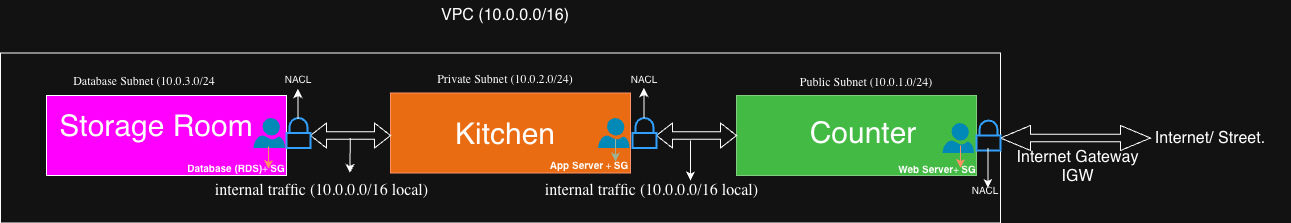
Before: evidence/W1-D6-VPC-city-diagram.drawio.png, a diagram exported from draw.io (adebola-shopeju/aws-cloud-architect-pathway). Source tidied: cells renumbered, new cells last; positions are measured from the earlier drawing's top-left corner, leaving out a move shared by most shapes. Source of this version:
```xml
<mxGraphModel>
  <root>
    <mxCell id="0" />
    <mxCell id="1" parent="0" />
    <mxCell id="2" style="rounded=0;whiteSpace=wrap;html=1;" parent="1" vertex="1">
      <mxGeometry y="52.5" width="1000" height="170" as="geometry" />
    </mxCell>
    <mxCell id="3" value="VPC (10.0.0.0/16)" style="text;html=1;whiteSpace=wrap;strokeColor=none;fillColor=none;align=center;verticalAlign=middle;rounded=0;fontSize=16;" parent="1" vertex="1">
      <mxGeometry x="415" width="180" height="30" as="geometry" />
    </mxCell>
    <mxCell id="4" style="rounded=0;whiteSpace=wrap;html=1;fillColor=light-dark(#000000,#FF00FF);" parent="1" vertex="1">
      <mxGeometry x="46" y="95" width="240" height="80" as="geometry" />
    </mxCell>
    <mxCell id="5" style="rounded=0;whiteSpace=wrap;html=1;fillColor=#fa6800;fontColor=#000000;strokeColor=#C73500;" parent="1" vertex="1">
      <mxGeometry x="390" y="92.5" width="240" height="80" as="geometry" />
    </mxCell>
    <mxCell id="6" style="rounded=0;whiteSpace=wrap;html=1;fillColor=#008a00;fontColor=#ffffff;strokeColor=#005700;" parent="1" vertex="1">
      <mxGeometry x="736" y="95" width="240" height="80" as="geometry" />
    </mxCell>
    <mxCell id="7" value="&lt;font style=&quot;font-size: 30px;&quot;&gt;Counter&lt;/font&gt;" style="text;html=1;whiteSpace=wrap;strokeColor=none;fillColor=none;align=center;verticalAlign=middle;rounded=0;fontSize=16;" parent="1" vertex="1">
      <mxGeometry x="779" y="112" width="168" height="40" as="geometry" />
    </mxCell>
    <mxCell id="8" value="&lt;span style=&quot;caret-color: rgb(255, 255, 255); font-family: -webkit-standard; text-align: start;&quot;&gt;&lt;font style=&quot;font-size: 12px;&quot;&gt;Public Subnet (10.0.1.0/24)&lt;/font&gt;&lt;/span&gt;" style="text;html=1;whiteSpace=wrap;strokeColor=none;fillColor=none;align=center;verticalAlign=middle;rounded=0;fontSize=16;" parent="1" vertex="1">
      <mxGeometry x="756" y="56" width="220" height="50" as="geometry" />
    </mxCell>
    <mxCell id="9" value="&lt;span style=&quot;caret-color: rgb(255, 255, 255); font-family: -webkit-standard; text-align: start;&quot;&gt;&lt;font style=&quot;font-size: 12px;&quot;&gt;Private Subnet (10.0.2.0/24)&lt;/font&gt;&lt;/span&gt;" style="text;html=1;whiteSpace=wrap;strokeColor=none;fillColor=none;align=center;verticalAlign=middle;rounded=0;fontSize=16;" parent="1" vertex="1">
      <mxGeometry x="395" y="62.5" width="220" height="30" as="geometry" />
    </mxCell>
    <mxCell id="10" value="&lt;font style=&quot;font-size: 30px;&quot;&gt;Kitchen&lt;/font&gt;" style="text;html=1;whiteSpace=wrap;strokeColor=none;fillColor=none;align=center;verticalAlign=middle;rounded=0;fontSize=16;" parent="1" vertex="1">
      <mxGeometry x="475" y="117.5" width="60" height="30" as="geometry" />
    </mxCell>
    <mxCell id="11" value="&lt;span style=&quot;caret-color: rgb(255, 255, 255); font-family: -webkit-standard; text-align: start;&quot;&gt;&lt;font style=&quot;font-size: 12px;&quot;&gt;Database Subnet (10.0.3.0/24&lt;/font&gt;&lt;/span&gt;" style="text;html=1;whiteSpace=wrap;strokeColor=none;fillColor=none;align=center;verticalAlign=middle;rounded=0;fontSize=16;" parent="1" vertex="1">
      <mxGeometry x="34" y="65" width="220" height="30" as="geometry" />
    </mxCell>
    <mxCell id="12" value="&lt;font style=&quot;font-size: 30px;&quot;&gt;Storage Room&lt;/font&gt;" style="text;html=1;whiteSpace=wrap;strokeColor=none;fillColor=none;align=center;verticalAlign=middle;rounded=0;fontSize=16;" parent="1" vertex="1">
      <mxGeometry x="46" y="110" width="220" height="30" as="geometry" />
    </mxCell>
    <mxCell id="13" style="shape=doubleArrow;whiteSpace=wrap;html=1;" parent="1" vertex="1">
      <mxGeometry x="1000" y="125" width="150" height="25" as="geometry" />
    </mxCell>
    <mxCell id="14" value="&lt;div&gt;Internet Gateway&lt;br&gt;IGW&lt;div&gt;&lt;br&gt;&lt;/div&gt;&lt;/div&gt;" style="text;html=1;whiteSpace=wrap;strokeColor=none;fillColor=none;align=center;verticalAlign=middle;rounded=0;fontSize=16;" parent="1" vertex="1">
      <mxGeometry x="1005" y="161" width="145" height="30" as="geometry" />
    </mxCell>
    <mxCell id="15" value="&lt;div&gt;&lt;div&gt;Internet/ Street.&lt;/div&gt;&lt;/div&gt;" style="text;html=1;whiteSpace=wrap;strokeColor=none;fillColor=none;align=center;verticalAlign=middle;rounded=0;fontSize=16;" parent="1" vertex="1">
      <mxGeometry x="1130" y="122.5" width="160" height="30" as="geometry" />
    </mxCell>
    <mxCell id="16" style="shape=doubleArrow;whiteSpace=wrap;html=1;" parent="1" vertex="1">
      <mxGeometry x="656" y="122.5" width="80" height="25" as="geometry" />
    </mxCell>
    <mxCell id="17" style="shape=doubleArrow;whiteSpace=wrap;html=1;" parent="1" vertex="1">
      <mxGeometry x="310" y="122.5" width="80" height="25" as="geometry" />
    </mxCell>
    <mxCell id="18" style="endArrow=classic;html=1;rounded=0;fontSize=12;curved=1;" parent="1" edge="1">
      <mxGeometry relative="1" as="geometry">
        <mxPoint x="690" y="140" as="sourcePoint" />
        <mxPoint x="690" y="180" as="targetPoint" />
      </mxGeometry>
    </mxCell>
    <mxCell id="19" style="endArrow=classic;html=1;rounded=0;fontSize=12;curved=1;" parent="1" edge="1">
      <mxGeometry relative="1" as="geometry">
        <mxPoint x="349.8" y="137.5" as="sourcePoint" />
        <mxPoint x="349.4" y="172.5" as="targetPoint" />
      </mxGeometry>
    </mxCell>
    <mxCell id="20" value="&lt;span style=&quot;caret-color: rgb(255, 255, 255); font-family: -webkit-standard; font-size: medium; text-align: start;&quot;&gt;internal traffic (10.0.0.0/16 local)&lt;/span&gt;" style="text;html=1;whiteSpace=wrap;strokeColor=none;fillColor=none;align=center;verticalAlign=middle;rounded=0;fontSize=16;" parent="1" vertex="1">
      <mxGeometry x="200" y="175" width="243" height="30" as="geometry" />
    </mxCell>
    <mxCell id="21" value="&lt;span style=&quot;caret-color: rgb(255, 255, 255); font-family: -webkit-standard; font-size: medium; text-align: start;&quot;&gt;internal traffic (10.0.0.0/16 local)&lt;/span&gt;" style="text;html=1;whiteSpace=wrap;strokeColor=none;fillColor=none;align=center;verticalAlign=middle;rounded=0;fontSize=16;" parent="1" vertex="1">
      <mxGeometry x="530" y="175" width="243" height="30" as="geometry" />
    </mxCell>
    <mxCell id="22" style="html=1;verticalLabelPosition=bottom;align=center;labelBackgroundColor=#ffffff;verticalAlign=top;strokeWidth=2;strokeColor=#0080F0;shadow=0;dashed=0;shape=mxgraph.ios7.icons.locked;" parent="1" vertex="1">
      <mxGeometry x="976" y="120" width="24" height="30" as="geometry" />
    </mxCell>
    <mxCell id="23" style="html=1;verticalLabelPosition=bottom;align=center;labelBackgroundColor=#ffffff;verticalAlign=top;strokeWidth=2;strokeColor=#0080F0;shadow=0;dashed=0;shape=mxgraph.ios7.icons.locked;" parent="1" vertex="1">
      <mxGeometry x="632" y="117.5" width="24" height="30" as="geometry" />
    </mxCell>
    <mxCell id="24" style="html=1;verticalLabelPosition=bottom;align=center;labelBackgroundColor=#ffffff;verticalAlign=top;strokeWidth=2;strokeColor=#0080F0;shadow=0;dashed=0;shape=mxgraph.ios7.icons.locked;" parent="1" vertex="1">
      <mxGeometry x="286" y="117.5" width="24" height="30" as="geometry" />
    </mxCell>
    <mxCell id="25" style="endArrow=classic;html=1;rounded=0;fontSize=12;curved=1;" parent="1" edge="1">
      <mxGeometry relative="1" as="geometry">
        <mxPoint x="987.4" y="147.5" as="sourcePoint" />
        <mxPoint x="987.4" y="187.5" as="targetPoint" />
      </mxGeometry>
    </mxCell>
    <mxCell id="26" style="endArrow=classic;html=1;rounded=0;fontSize=12;curved=1;" parent="1" edge="1">
      <mxGeometry relative="1" as="geometry">
        <mxPoint x="297.4" y="118.5" as="sourcePoint" />
        <mxPoint x="297.4" y="88.5" as="targetPoint" />
      </mxGeometry>
    </mxCell>
    <mxCell id="27" style="endArrow=classic;html=1;rounded=0;fontSize=12;curved=1;" parent="1" edge="1">
      <mxGeometry relative="1" as="geometry">
        <mxPoint x="643.4" y="117.5" as="sourcePoint" />
        <mxPoint x="643.4" y="87.5" as="targetPoint" />
      </mxGeometry>
    </mxCell>
    <mxCell id="28" value="&lt;font style=&quot;font-size: 10px;&quot;&gt;NACL&lt;/font&gt;" style="text;html=1;whiteSpace=wrap;strokeColor=none;fillColor=none;align=center;verticalAlign=middle;rounded=0;fontSize=16;" parent="1" vertex="1">
      <mxGeometry x="955" y="174" width="60" height="30" as="geometry" />
    </mxCell>
    <mxCell id="29" value="&lt;font style=&quot;font-size: 10px;&quot;&gt;NACL&lt;/font&gt;" style="text;html=1;whiteSpace=wrap;strokeColor=none;fillColor=none;align=center;verticalAlign=middle;rounded=0;fontSize=16;" parent="1" vertex="1">
      <mxGeometry x="614" y="62.5" width="60" height="30" as="geometry" />
    </mxCell>
    <mxCell id="30" value="NACL" style="text;html=1;whiteSpace=wrap;strokeColor=none;fillColor=none;align=center;verticalAlign=middle;rounded=0;fontSize=10;" parent="1" vertex="1">
      <mxGeometry x="268" y="62.5" width="60" height="30" as="geometry" />
    </mxCell>
    <mxCell id="31" style="verticalLabelPosition=bottom;html=1;verticalAlign=top;align=center;strokeColor=none;fillColor=#00BEF2;shape=mxgraph.azure.user;" parent="1" vertex="1">
      <mxGeometry x="597.5" y="117.5" width="31.5" height="30" as="geometry" />
    </mxCell>
    <mxCell id="32" style="verticalLabelPosition=bottom;html=1;verticalAlign=top;align=center;strokeColor=none;fillColor=#00BEF2;shape=mxgraph.azure.user;" parent="1" vertex="1">
      <mxGeometry x="942" y="122.5" width="31.5" height="30" as="geometry" />
    </mxCell>
    <mxCell id="33" style="verticalLabelPosition=bottom;html=1;verticalAlign=top;align=center;strokeColor=none;fillColor=#00BEF2;shape=mxgraph.azure.user;" parent="1" vertex="1">
      <mxGeometry x="253" y="117.5" width="31.5" height="30" as="geometry" />
    </mxCell>
    <mxCell id="34" value="&lt;font style=&quot;font-size: 10px;&quot;&gt;&lt;strong style=&quot;caret-color: rgb(255, 255, 255); text-align: start; text-decoration-thickness: auto; text-decoration-style: solid;&quot;&gt;Web Server&lt;/strong&gt;&lt;span style=&quot;caret-color: rgb(255, 255, 255); font-family: -webkit-standard; text-align: start;&quot;&gt;+&lt;span class=&quot;Apple-converted-space&quot;&gt; &lt;/span&gt;&lt;/span&gt;&lt;strong style=&quot;caret-color: rgb(255, 255, 255); text-align: start; text-decoration-thickness: auto; text-decoration-style: solid;&quot;&gt;SG&lt;/strong&gt;&lt;/font&gt;" style="text;html=1;whiteSpace=wrap;strokeColor=none;fillColor=none;align=center;verticalAlign=middle;rounded=0;fontSize=16;" parent="1" vertex="1">
      <mxGeometry x="848" y="152.5" width="178" height="30" as="geometry" />
    </mxCell>
    <mxCell id="35" value="&lt;font style=&quot;font-size: 10px;&quot;&gt;&lt;strong style=&quot;caret-color: rgb(255, 255, 255); text-align: start; text-decoration-thickness: auto; text-decoration-style: solid;&quot;&gt;App Server&lt;/strong&gt;&lt;span style=&quot;caret-color: rgb(255, 255, 255); font-family: -webkit-standard; text-align: start;&quot;&gt;&lt;span class=&quot;Apple-converted-space&quot;&gt;&amp;nbsp;&lt;/span&gt;+&lt;span class=&quot;Apple-converted-space&quot;&gt; &lt;/span&gt;&lt;/span&gt;&lt;strong style=&quot;caret-color: rgb(255, 255, 255); text-align: start; text-decoration-thickness: auto; text-decoration-style: solid;&quot;&gt;SG&lt;/strong&gt;&lt;/font&gt;" style="text;html=1;whiteSpace=wrap;strokeColor=none;fillColor=none;align=center;verticalAlign=middle;rounded=0;fontSize=16;" parent="1" vertex="1">
      <mxGeometry x="500" y="148.5" width="178" height="30" as="geometry" />
    </mxCell>
    <mxCell id="36" value="&lt;font style=&quot;font-size: 10px;&quot;&gt;&lt;strong style=&quot;caret-color: rgb(255, 255, 255); text-align: start; text-decoration-thickness: auto; text-decoration-style: solid;&quot;&gt;Database (RDS)&lt;/strong&gt;&lt;span style=&quot;caret-color: rgb(255, 255, 255); font-family: -webkit-standard; text-align: start;&quot;&gt;+&lt;span class=&quot;Apple-converted-space&quot;&gt; &lt;/span&gt;&lt;/span&gt;&lt;strong style=&quot;caret-color: rgb(255, 255, 255); text-align: start; text-decoration-thickness: auto; text-decoration-style: solid;&quot;&gt;SG&lt;/strong&gt;&lt;/font&gt;" style="text;html=1;whiteSpace=wrap;strokeColor=none;fillColor=none;align=center;verticalAlign=middle;rounded=0;fontSize=16;" parent="1" vertex="1">
      <mxGeometry x="147" y="152" width="178" height="30" as="geometry" />
    </mxCell>
    <mxCell id="37" style="endArrow=classic;html=1;rounded=0;fontSize=12;curved=1;fillColor=#fa6800;strokeColor=#C73500;" parent="1" edge="1">
      <mxGeometry relative="1" as="geometry">
        <mxPoint x="268" y="146" as="sourcePoint" />
        <mxPoint x="268" y="168.5" as="targetPoint" />
      </mxGeometry>
    </mxCell>
    <mxCell id="38" style="endArrow=classic;html=1;rounded=0;fontSize=12;curved=1;fillColor=#6d8764;strokeColor=#3A5431;" parent="1" edge="1">
      <mxGeometry relative="1" as="geometry">
        <mxPoint x="615" y="138.5" as="sourcePoint" />
        <mxPoint x="615" y="161" as="targetPoint" />
      </mxGeometry>
    </mxCell>
    <mxCell id="39" style="endArrow=classic;html=1;rounded=0;fontSize=12;curved=1;fillColor=#fa6800;strokeColor=#C73500;" parent="1" edge="1">
      <mxGeometry relative="1" as="geometry">
        <mxPoint x="960" y="145" as="sourcePoint" />
        <mxPoint x="960" y="167.5" as="targetPoint" />
      </mxGeometry>
    </mxCell>
  </root>
</mxGraphModel>
```
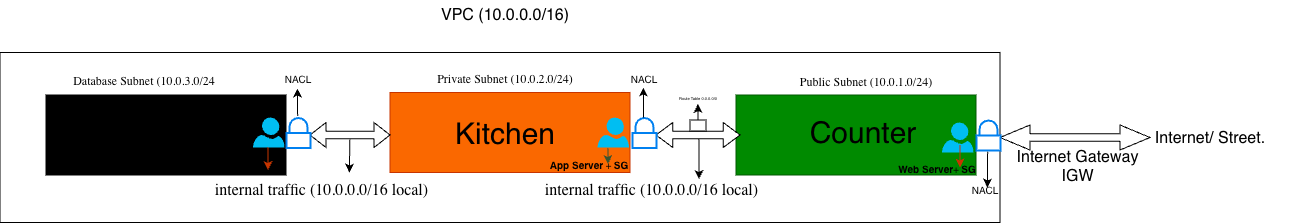
Later version of the same file.

Commit message:
W2-D5: add VPC architecture diagram from memory

What changed in the source:
```diff
@@ -2,7 +2,7 @@
   <root>
     <mxCell id="0" />
     <mxCell id="1" parent="0" />
-    <mxCell id="2" style="rounded=0;whiteSpace=wrap;html=1;" parent="1" vertex="1">
+    <mxCell id="2" value="t" style="rounded=0;whiteSpace=wrap;html=1;" parent="1" vertex="1">
       <mxGeometry y="52.5" width="1000" height="170" as="geometry" />
     </mxCell>
     <mxCell id="3" value="VPC (10.0.0.0/16)" style="text;html=1;whiteSpace=wrap;strokeColor=none;fillColor=none;align=center;verticalAlign=middle;rounded=0;fontSize=16;" parent="1" vertex="1">
@@ -45,20 +45,19 @@
       <mxGeometry x="1130" y="122.5" width="160" height="30" as="geometry" />
     </mxCell>
     <mxCell id="16" style="shape=doubleArrow;whiteSpace=wrap;html=1;" parent="1" vertex="1">
-      <mxGeometry x="656" y="122.5" width="80" height="25" as="geometry" />
+      <mxGeometry x="656" y="122.5" width="84" height="25" as="geometry" />
     </mxCell>
     <mxCell id="17" style="shape=doubleArrow;whiteSpace=wrap;html=1;" parent="1" vertex="1">
       <mxGeometry x="310" y="122.5" width="80" height="25" as="geometry" />
     </mxCell>
     <mxCell id="18" style="endArrow=classic;html=1;rounded=0;fontSize=12;curved=1;" parent="1" edge="1">
       <mxGeometry relative="1" as="geometry">
-        <mxPoint x="690" y="140" as="sourcePoint" />
-        <mxPoint x="690" y="180" as="targetPoint" />
+        <mxPoint x="699" y="139" as="sourcePoint" />
+        <mxPoint x="699" y="179" as="targetPoint" />
       </mxGeometry>
     </mxCell>
-    <mxCell id="19" style="endArrow=classic;html=1;rounded=0;fontSize=12;curved=1;" parent="1" edge="1">
+    <mxCell id="19" style="endArrow=classic;html=1;rounded=0;fontSize=12;curved=1;exitX=0.498;exitY=0.679;exitDx=0;exitDy=0;exitPerimeter=0;" parent="1" edge="1" source="17">
       <mxGeometry relative="1" as="geometry">
-        <mxPoint x="349.8" y="137.5" as="sourcePoint" />
         <mxPoint x="349.4" y="172.5" as="targetPoint" />
       </mxGeometry>
     </mxCell>
@@ -77,15 +76,14 @@
     <mxCell id="24" style="html=1;verticalLabelPosition=bottom;align=center;labelBackgroundColor=#ffffff;verticalAlign=top;strokeWidth=2;strokeColor=#0080F0;shadow=0;dashed=0;shape=mxgraph.ios7.icons.locked;" parent="1" vertex="1">
       <mxGeometry x="286" y="117.5" width="24" height="30" as="geometry" />
     </mxCell>
-    <mxCell id="25" style="endArrow=classic;html=1;rounded=0;fontSize=12;curved=1;" parent="1" edge="1">
+    <mxCell id="25" style="endArrow=classic;html=1;rounded=0;fontSize=12;curved=1;exitX=0.485;exitY=1.058;exitDx=0;exitDy=0;exitPerimeter=0;" parent="1" edge="1">
       <mxGeometry relative="1" as="geometry">
-        <mxPoint x="987.4" y="147.5" as="sourcePoint" />
+        <mxPoint x="987.6" y="151.7" as="sourcePoint" />
         <mxPoint x="987.4" y="187.5" as="targetPoint" />
       </mxGeometry>
     </mxCell>
-    <mxCell id="26" style="endArrow=classic;html=1;rounded=0;fontSize=12;curved=1;" parent="1" edge="1">
+    <mxCell id="26" style="endArrow=classic;html=1;rounded=0;fontSize=12;curved=1;exitX=0.485;exitY=-0.053;exitDx=0;exitDy=0;exitPerimeter=0;" parent="1" edge="1" source="24">
       <mxGeometry relative="1" as="geometry">
-        <mxPoint x="297.4" y="118.5" as="sourcePoint" />
         <mxPoint x="297.4" y="88.5" as="targetPoint" />
       </mxGeometry>
     </mxCell>
@@ -122,16 +120,14 @@
     <mxCell id="36" value="&lt;font style=&quot;font-size: 10px;&quot;&gt;&lt;strong style=&quot;caret-color: rgb(255, 255, 255); text-align: start; text-decoration-thickness: auto; text-decoration-style: solid;&quot;&gt;Database (RDS)&lt;/strong&gt;&lt;span style=&quot;caret-color: rgb(255, 255, 255); font-family: -webkit-standard; text-align: start;&quot;&gt;+&lt;span class=&quot;Apple-converted-space&quot;&gt; &lt;/span&gt;&lt;/span&gt;&lt;strong style=&quot;caret-color: rgb(255, 255, 255); text-align: start; text-decoration-thickness: auto; text-decoration-style: solid;&quot;&gt;SG&lt;/strong&gt;&lt;/font&gt;" style="text;html=1;whiteSpace=wrap;strokeColor=none;fillColor=none;align=center;verticalAlign=middle;rounded=0;fontSize=16;" parent="1" vertex="1">
       <mxGeometry x="147" y="152" width="178" height="30" as="geometry" />
     </mxCell>
-    <mxCell id="37" style="endArrow=classic;html=1;rounded=0;fontSize=12;curved=1;fillColor=#fa6800;strokeColor=#C73500;" parent="1" edge="1">
+    <mxCell id="37" style="endArrow=classic;html=1;rounded=0;fontSize=12;curved=1;fillColor=#fa6800;strokeColor=#C73500;exitX=0.473;exitY=0.992;exitDx=0;exitDy=0;exitPerimeter=0;" parent="1" edge="1" source="33">
       <mxGeometry relative="1" as="geometry">
-        <mxPoint x="268" y="146" as="sourcePoint" />
-        <mxPoint x="268" y="168.5" as="targetPoint" />
+        <mxPoint x="268" y="170" as="targetPoint" />
       </mxGeometry>
     </mxCell>
-    <mxCell id="38" style="endArrow=classic;html=1;rounded=0;fontSize=12;curved=1;fillColor=#6d8764;strokeColor=#3A5431;" parent="1" edge="1">
+    <mxCell id="38" style="endArrow=classic;html=1;rounded=0;fontSize=12;curved=1;fillColor=#6d8764;strokeColor=#3A5431;exitX=0.606;exitY=-0.005;exitDx=0;exitDy=0;exitPerimeter=0;" parent="1" edge="1" source="35">
       <mxGeometry relative="1" as="geometry">
-        <mxPoint x="615" y="138.5" as="sourcePoint" />
-        <mxPoint x="615" y="161" as="targetPoint" />
+        <mxPoint x="608" y="164" as="targetPoint" />
       </mxGeometry>
     </mxCell>
     <mxCell id="39" style="endArrow=classic;html=1;rounded=0;fontSize=12;curved=1;fillColor=#fa6800;strokeColor=#C73500;" parent="1" edge="1">
@@ -140,5 +136,17 @@
         <mxPoint x="960" y="167.5" as="targetPoint" />
       </mxGeometry>
     </mxCell>
+    <mxCell id="40" style="rounded=0;whiteSpace=wrap;html=1;" parent="1" vertex="1">
+      <mxGeometry x="690" y="120" width="16" height="11" as="geometry" />
+    </mxCell>
+    <mxCell id="41" style="endArrow=classic;html=1;rounded=0;fontSize=12;curved=1;" parent="1" edge="1">
+      <mxGeometry relative="1" as="geometry">
+        <mxPoint x="698" y="120" as="sourcePoint" />
+        <mxPoint x="697.9" y="104" as="targetPoint" />
+      </mxGeometry>
+    </mxCell>
+    <mxCell id="42" value="&lt;span style=&quot;font-size: 4px;&quot;&gt;Route Table 0.0.0.0/0&lt;/span&gt;" style="text;html=1;whiteSpace=wrap;strokeColor=none;fillColor=none;align=center;verticalAlign=middle;rounded=0;fontSize=16;" parent="1" vertex="1">
+      <mxGeometry x="678" y="95" width="40" as="geometry" />
+    </mxCell>
   </root>
 </mxGraphModel>
```
